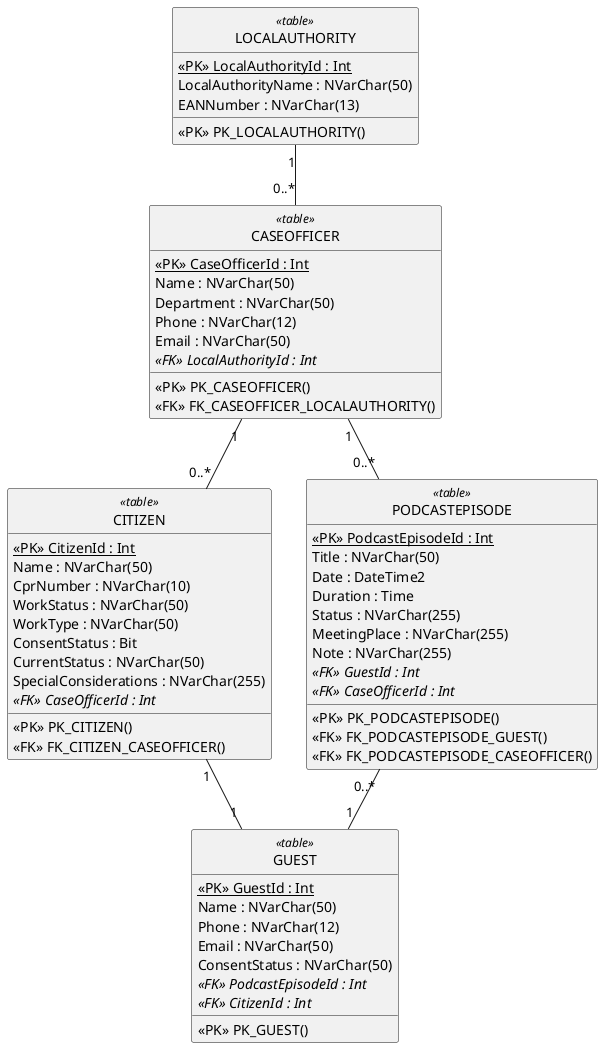
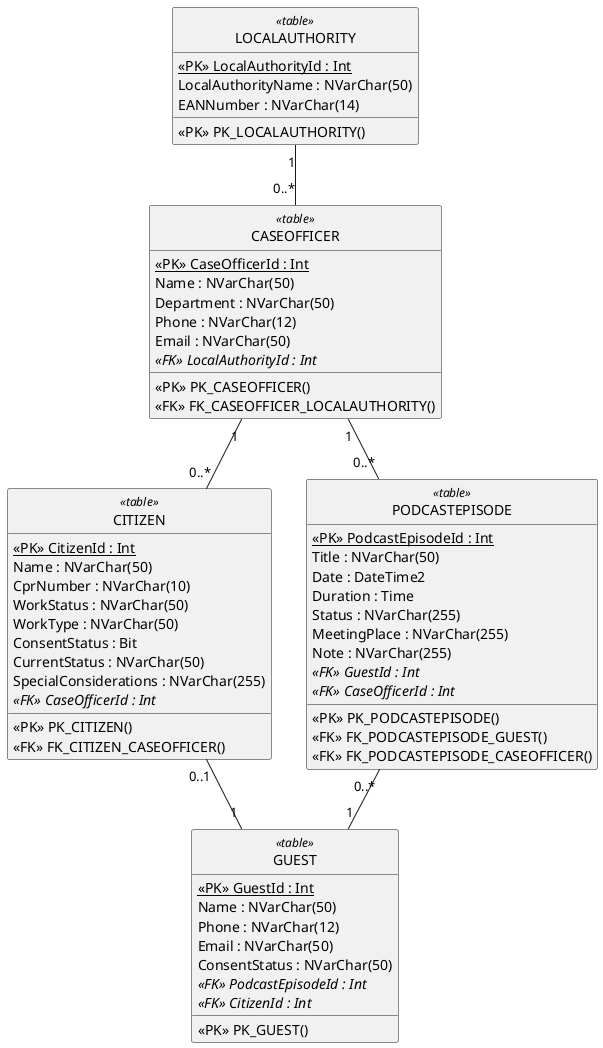
@startuml - UML DatabaseModel for SoulAndTalk
hide circle

/'Relationer
SPAREPARTS(<ins>SparePartId</ins> SparePartType, SparePartAmount)
STATION(<ins>StationId</ins>, StationType, StationsName, *SparePartId*)
BRAKECALIPER(<ins>CaliperId</ins>, CaliperType, CaliperStatus, Barcode, CaliperNumber, OrderNumber, Note, *StationId*)
'/
class "GUEST" <<table>>{
    {static} <<PK>> GuestId : Int
    {field} Name : NVarChar(50)
    {field} Phone : NVarChar(12)
    {field} Email : NVarChar(50)
    {field} ConsentStatus : NVarChar(50)
    //<<FK>> PodcastEpisodeId : Int//
    //<<FK>> CitizenId : Int//
    {method} <<PK>> PK_GUEST()
}

class "CITIZEN" <<table>>{
    {static} <<PK>> CitizenId : Int
    {field} Name : NVarChar(50)
    {field} CprNumber : NVarChar(10)
    {field} WorkStatus : NVarChar(50)
    {field} WorkType : NVarChar(50)
    {field} ConsentStatus : Bit
    {field} CurrentStatus : NVarChar(50)
    {field} SpecialConsiderations : NVarChar(255)
    //<<FK>> CaseOfficerId : Int//
    {method} <<PK>> PK_CITIZEN()
    {method} <<FK>> FK_CITIZEN_CASEOFFICER()
}

class "LOCALAUTHORITY" <<table>>{
    {static} <<PK>> LocalAuthorityId : Int
    {field} LocalAuthorityName : NVarChar(50)
-     {field} EANNumber : NVarChar(13)
+     {field} EANNumber : NVarChar(14)
    {method} <<PK>> PK_LOCALAUTHORITY()
}

class "CASEOFFICER" <<table>>{
    {static} <<PK>> CaseOfficerId : Int
    {field} Name : NVarChar(50)
    {field} Department : NVarChar(50)
    {field} Phone : NVarChar(12)
    {field} Email : NVarChar(50)
    //<<FK>> LocalAuthorityId : Int//
    {method} <<PK>> PK_CASEOFFICER()
    {method} <<FK>> FK_CASEOFFICER_LOCALAUTHORITY()

}

class "PODCASTEPISODE" <<table>>{
    {static} <<PK>> PodcastEpisodeId : Int
    {field} Title : NVarChar(50)
    {field} Date : DateTime2
    {field} Duration : Time
    {field} Status : NVarChar(255)
    {field} MeetingPlace : NVarChar(255)
    {field} Note : NVarChar(255)
    //<<FK>> GuestId : Int//
    //<<FK>> CaseOfficerId : Int//
    {method} <<PK>> PK_PODCASTEPISODE()
    {method} <<FK>> FK_PODCASTEPISODE_GUEST()
    {method} <<FK>> FK_PODCASTEPISODE_CASEOFFICER()
}

'relationer'
LOCALAUTHORITY "1" -- "0..*" CASEOFFICER
CASEOFFICER "1" -- "0..*" PODCASTEPISODE
CASEOFFICER "1" -- "0..*" CITIZEN
- CITIZEN "1" -- "1" GUEST
+ CITIZEN "0..1" -- "1" GUEST
PODCASTEPISODE "0..*" -- "1" GUEST


@enduml